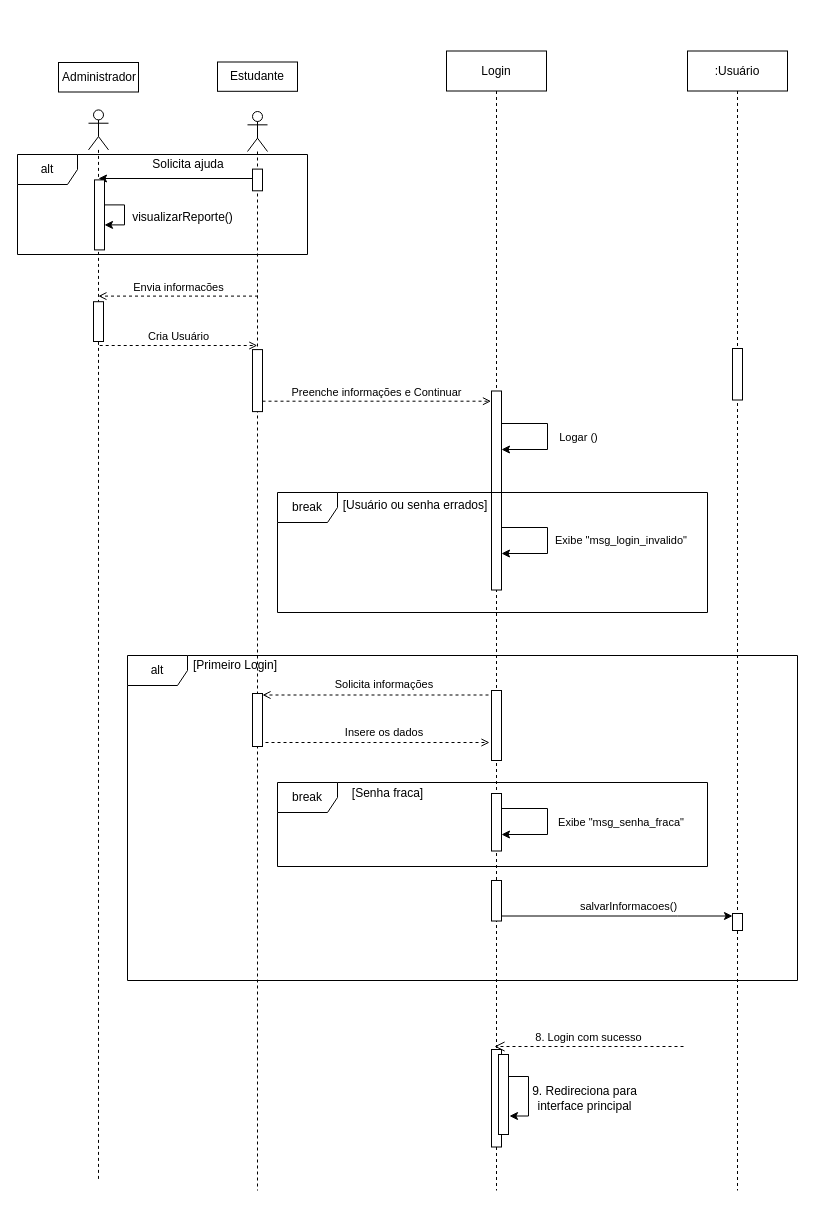
This is DiagramaSequencia.drawio from augustorazani/QENEM-UML-Diagram, a draw.io file, before an edit. Source tidied: cells renumbered, new cells numbered last; positions are measured from the earlier drawing's top-left corner, leaving out a move shared by most shapes. Both pictures are drawn from the tidied source at 100%, with x=0, y=0 at pixel (17, 23).
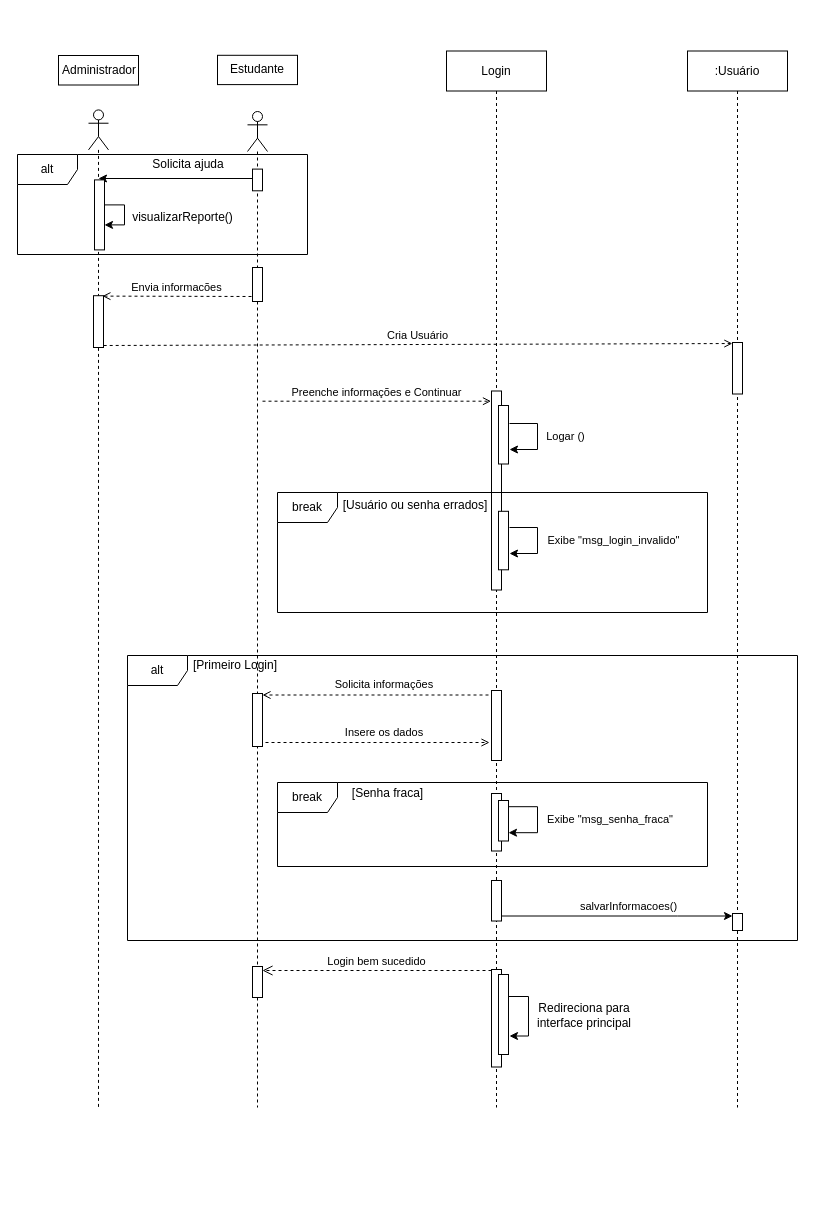
Above is the later version.

Change to the diagram source:
```diff
@@
     <mxCell id="2" value=":Usuário" style="shape=umlLifeline;perimeter=lifelinePerimeter;whiteSpace=wrap;html=1;newEdgeStyle={&quot;curved&quot;:0,&quot;rounded&quot;:0};" parent="1" vertex="1">
-      <mxGeometry x="670" y="27.5" width="100" height="1139.5" as="geometry" />
+      <mxGeometry x="670" y="27.5" width="100" height="1056.5" as="geometry" />
     </mxCell>
     <mxCell id="3" style="html=1;points=[[0,0,0,0,5],[0,1,0,0,-5],[1,0,0,0,5],[1,1,0,0,-5]];perimeter=orthogonalPerimeter;outlineConnect=0;targetShapes=umlLifeline;portConstraint=eastwest;newEdgeStyle={&quot;curved&quot;:0,&quot;rounded&quot;:0};" parent="2" vertex="1">
-      <mxGeometry x="45" y="297.5" width="10" height="51.5" as="geometry" />
+      <mxGeometry x="45" y="291.5" width="10" height="51.5" as="geometry" />
     </mxCell>
     <mxCell id="4" value="Login" style="shape=umlLifeline;perimeter=lifelinePerimeter;whiteSpace=wrap;html=1;newEdgeStyle={&quot;curved&quot;:0,&quot;rounded&quot;:0};" parent="1" vertex="1">
-      <mxGeometry x="429" y="27.5" width="100" height="1139.5" as="geometry" />
+      <mxGeometry x="429" y="27.5" width="100" height="1056.5" as="geometry" />
     </mxCell>
@@
     <mxCell id="6" style="html=1;perimeter=orthogonalPerimeter;targetShapes=umlLifeline;newEdgeStyle={&quot;curved&quot;:0,&quot;rounded&quot;:0};" parent="4" vertex="1">
-      <mxGeometry x="45" y="998.5" width="10" height="97.5" as="geometry" />
+      <mxGeometry x="45" y="918.5" width="10" height="97.5" as="geometry" />
     </mxCell>
     <mxCell id="7" style="html=1;perimeter=orthogonalPerimeter;targetShapes=umlLifeline;newEdgeStyle={&quot;curved&quot;:0,&quot;rounded&quot;:0};" parent="4" vertex="1">
-      <mxGeometry x="52" y="1003.5" width="10" height="80" as="geometry" />
+      <mxGeometry x="52" y="923.5" width="10" height="80" as="geometry" />
     </mxCell>
     <mxCell id="8" style="edgeStyle=orthogonalEdgeStyle;rounded=0;orthogonalLoop=1;jettySize=auto;html=1;curved=0;" parent="4" edge="1">
       <mxGeometry relative="1" as="geometry">
-        <mxPoint x="55" y="372.5" as="sourcePoint" />
-        <mxPoint x="55" y="398.5" as="targetPoint" />
+        <mxPoint x="63" y="372.5" as="sourcePoint" />
+        <mxPoint x="63" y="398.5" as="targetPoint" />
         <Array as="points">
-          <mxPoint x="101" y="372.5" />
-          <mxPoint x="101" y="398.5" />
+          <mxPoint x="91" y="373" />
+          <mxPoint x="91" y="399" />
         </Array>
       </mxGeometry>
     </mxCell>
@@
+    <mxCell id="53" style="html=1;perimeter=orthogonalPerimeter;targetShapes=umlLifeline;newEdgeStyle={&quot;curved&quot;:0,&quot;rounded&quot;:0};" parent="4" vertex="1">
+      <mxGeometry x="52" y="354.5" width="10" height="58.5" as="geometry" />
+    </mxCell>
+    <mxCell id="54" style="edgeStyle=orthogonalEdgeStyle;rounded=0;orthogonalLoop=1;jettySize=auto;html=1;curved=0;" parent="4" edge="1">
+      <mxGeometry relative="1" as="geometry">
+        <mxPoint x="62" y="755.7" as="sourcePoint" />
+        <mxPoint x="62" y="781.7" as="targetPoint" />
+        <Array as="points">
+          <mxPoint x="91" y="756" />
+          <mxPoint x="91" y="782" />
+        </Array>
+      </mxGeometry>
+    </mxCell>
+    <mxCell id="55" style="html=1;perimeter=orthogonalPerimeter;targetShapes=umlLifeline;newEdgeStyle={&quot;curved&quot;:0,&quot;rounded&quot;:0};" parent="4" vertex="1">
+      <mxGeometry x="52" y="749.5" width="10" height="40.5" as="geometry" />
+    </mxCell>
     <mxCell id="11" value="&lt;span style=&quot;font-size: 11px; text-wrap-mode: nowrap; background-color: rgb(255, 255, 255);&quot;&gt;Logar ()&lt;/span&gt;" style="text;html=1;align=center;verticalAlign=middle;whiteSpace=wrap;rounded=0;" parent="1" vertex="1">
-      <mxGeometry x="529" y="399" width="65" height="30" as="geometry" />
+      <mxGeometry x="516" y="398" width="65" height="30" as="geometry" />
     </mxCell>
@@
     <mxCell id="14" value="&lt;span style=&quot;font-size: 11px; text-wrap-mode: nowrap; background-color: rgb(255, 255, 255);&quot;&gt;Exibe &quot;msg_login_invalido&quot;&lt;/span&gt;" style="text;html=1;align=center;verticalAlign=middle;whiteSpace=wrap;rounded=0;" parent="1" vertex="1">
-      <mxGeometry x="516" y="502" width="176" height="30" as="geometry" />
+      <mxGeometry x="526" y="502" width="141" height="30" as="geometry" />
     </mxCell>
@@
     <mxCell id="16" value="alt" style="shape=umlFrame;whiteSpace=wrap;html=1;" parent="1" vertex="1">
-      <mxGeometry x="110" y="632" width="670" height="325" as="geometry" />
+      <mxGeometry x="110" y="632" width="670" height="285" as="geometry" />
     </mxCell>
@@
     <mxCell id="22" value="&lt;span style=&quot;font-size: 11px; text-wrap-mode: nowrap; background-color: rgb(255, 255, 255);&quot;&gt;Exibe &quot;msg_senha_fraca&quot;&lt;/span&gt;" style="text;html=1;align=center;verticalAlign=middle;whiteSpace=wrap;rounded=0;" parent="1" vertex="1">
-      <mxGeometry x="531" y="784" width="146" height="30" as="geometry" />
+      <mxGeometry x="520" y="781" width="146" height="30" as="geometry" />
     </mxCell>
@@
-    <mxCell id="24" value="8. Login com sucesso" style="html=1;verticalAlign=bottom;endArrow=open;dashed=1;endSize=8;curved=0;rounded=0;" parent="1" edge="1">
+    <mxCell id="24" value="Login bem sucedido" style="html=1;verticalAlign=bottom;endArrow=open;dashed=1;endSize=8;curved=0;rounded=0;" parent="1" edge="1" target="56">
       <mxGeometry relative="1" as="geometry">
-        <mxPoint x="666" y="1023" as="sourcePoint" />
-        <mxPoint x="477" y="1023" as="targetPoint" />
+        <mxPoint x="474" y="947" as="sourcePoint" />
       </mxGeometry>
     </mxCell>
-    <mxCell id="25" value="9. Redireciona para interface principal" style="text;html=1;align=center;verticalAlign=middle;whiteSpace=wrap;rounded=0;" parent="1" vertex="1">
-      <mxGeometry x="513" y="1052" width="109" height="45" as="geometry" />
+    <mxCell id="25" value="&lt;div&gt;&lt;span style=&quot;background-color: transparent; color: light-dark(rgb(0, 0, 0), rgb(255, 255, 255));&quot;&gt;Redireciona para interface principal&lt;/span&gt;&lt;/div&gt;" style="text;html=1;align=center;verticalAlign=middle;whiteSpace=wrap;rounded=0;" parent="1" vertex="1">
+      <mxGeometry x="510" y="972" width="114" height="40" as="geometry" />
     </mxCell>
     <mxCell id="26" style="edgeStyle=orthogonalEdgeStyle;rounded=0;orthogonalLoop=1;jettySize=auto;html=1;curved=0;" parent="1" edge="1">
       <mxGeometry relative="1" as="geometry">
-        <mxPoint x="491" y="1053" as="sourcePoint" />
-        <mxPoint x="492" y="1092.5" as="targetPoint" />
+        <mxPoint x="491" y="973" as="sourcePoint" />
+        <mxPoint x="492" y="1012.5" as="targetPoint" />
         <Array as="points">
-          <mxPoint x="511" y="1053.5" />
-          <mxPoint x="511" y="1092.5" />
+          <mxPoint x="511" y="973.5" />
+          <mxPoint x="511" y="1012.5" />
         </Array>
       </mxGeometry>
     </mxCell>
@@
     <mxCell id="29" style="edgeStyle=orthogonalEdgeStyle;rounded=0;orthogonalLoop=1;jettySize=auto;html=1;curved=0;" parent="1" edge="1">
       <mxGeometry relative="1" as="geometry">
-        <mxPoint x="484" y="504" as="sourcePoint" />
-        <mxPoint x="484" y="530" as="targetPoint" />
+        <mxPoint x="492" y="504" as="sourcePoint" />
+        <mxPoint x="492" y="530" as="targetPoint" />
         <Array as="points">
-          <mxPoint x="530" y="504" />
-          <mxPoint x="530" y="530" />
+          <mxPoint x="520" y="504" />
+          <mxPoint x="520" y="530" />
         </Array>
       </mxGeometry>
     </mxCell>
@@
-    <mxCell id="34" style="edgeStyle=orthogonalEdgeStyle;rounded=0;orthogonalLoop=1;jettySize=auto;html=1;curved=0;" parent="1" edge="1">
-      <mxGeometry relative="1" as="geometry">
-        <mxPoint x="484" y="785" as="sourcePoint" />
-        <mxPoint x="484" y="811" as="targetPoint" />
-        <Array as="points">
-          <mxPoint x="530" y="785" />
-          <mxPoint x="530" y="811" />
-        </Array>
-      </mxGeometry>
-    </mxCell>
     <mxCell id="35" style="rounded=0;whiteSpace=wrap;html=1;" parent="1" vertex="1">
-      <mxGeometry x="41" y="39" width="80" height="29.5" as="geometry" />
+      <mxGeometry x="41" y="32" width="80" height="29.5" as="geometry" />
     </mxCell>
     <mxCell id="36" style="shape=umlLifeline;perimeter=lifelinePerimeter;whiteSpace=wrap;html=1;newEdgeStyle={&quot;curved&quot;:0,&quot;rounded&quot;:0};participant=umlActor;" parent="1" vertex="1">
-      <mxGeometry x="71" y="86.4" width="20" height="1070" as="geometry" />
+      <mxGeometry x="71" y="86.4" width="20" height="997.6" as="geometry" />
     </mxCell>
@@
     <mxCell id="39" value="Administrador" style="text;html=1;align=center;verticalAlign=middle;whiteSpace=wrap;rounded=0;" parent="1" vertex="1">
-      <mxGeometry x="42" y="0.2" width="80" height="107" as="geometry" />
+      <mxGeometry x="42" y="-6.8" width="80" height="107" as="geometry" />
     </mxCell>
     <mxCell id="40" style="html=1;perimeter=orthogonalPerimeter;targetShapes=umlLifeline;newEdgeStyle={&quot;curved&quot;:0,&quot;rounded&quot;:0};" parent="1" vertex="1">
-      <mxGeometry x="76" y="278.2" width="10" height="39.8" as="geometry" />
+      <mxGeometry x="76" y="272.2" width="10" height="51.8" as="geometry" />
     </mxCell>
@@
-    <mxCell id="43" value="Cria Usuário" style="html=1;verticalAlign=bottom;endArrow=open;curved=0;rounded=0;dashed=1;endFill=0;" parent="1" edge="1">
+    <mxCell id="43" value="Cria Usuário" style="html=1;verticalAlign=bottom;endArrow=open;curved=0;rounded=0;dashed=1;endFill=0;entryX=-0.013;entryY=0.02;entryDx=0;entryDy=0;entryPerimeter=0;" parent="1" edge="1" target="3">
       <mxGeometry relative="1" as="geometry">
-        <mxPoint x="82.2" y="322" as="sourcePoint" />
-        <mxPoint x="239.8" y="322" as="targetPoint" />
+        <mxPoint x="86.2" y="322" as="sourcePoint" />
       </mxGeometry>
     </mxCell>
     <mxCell id="44" style="shape=umlLifeline;perimeter=lifelinePerimeter;whiteSpace=wrap;html=1;newEdgeStyle={&quot;curved&quot;:0,&quot;rounded&quot;:0};participant=umlActor;" parent="1" vertex="1">
-      <mxGeometry x="230" y="88" width="20" height="1079" as="geometry" />
+      <mxGeometry x="230" y="88" width="20" height="996" as="geometry" />
     </mxCell>
@@
+    <mxCell id="56" style="html=1;points=[[0,0,0,0,5],[0,1,0,0,-5],[1,0,0,0,5],[1,1,0,0,-5]];perimeter=orthogonalPerimeter;outlineConnect=0;targetShapes=umlLifeline;portConstraint=eastwest;newEdgeStyle={&quot;curved&quot;:0,&quot;rounded&quot;:0};" parent="44" vertex="1">
+      <mxGeometry x="5" y="855" width="10" height="31" as="geometry" />
+    </mxCell>
+    <mxCell id="51" style="html=1;perimeter=orthogonalPerimeter;targetShapes=umlLifeline;newEdgeStyle={&quot;curved&quot;:0,&quot;rounded&quot;:0};" parent="44" vertex="1">
+      <mxGeometry x="5" y="156" width="10" height="34" as="geometry" />
+    </mxCell>
@@
     <mxCell id="47" value="&lt;div&gt;&lt;br&gt;&lt;/div&gt;Envia informacões" style="html=1;verticalAlign=bottom;endArrow=open;curved=0;rounded=0;dashed=1;endFill=0;" parent="1" edge="1">
       <mxGeometry relative="1" as="geometry">
-        <mxPoint x="240.5" y="272.6" as="sourcePoint" />
-        <mxPoint x="80.9" y="272.6" as="targetPoint" />
+        <mxPoint x="234" y="273" as="sourcePoint" />
+        <mxPoint x="84.9" y="272.6" as="targetPoint" />
       </mxGeometry>
     </mxCell>
     <mxCell id="48" style="group;" parent="1" vertex="1">
-      <mxGeometry x="200" y="16.7" width="80" height="72.8" as="geometry" />
+      <mxGeometry x="200" y="10" width="80" height="72.8" as="geometry" />
     </mxCell>
@@
+    <mxCell id="52" style="html=1;perimeter=orthogonalPerimeter;targetShapes=umlLifeline;newEdgeStyle={&quot;curved&quot;:0,&quot;rounded&quot;:0};" parent="1" vertex="1">
+      <mxGeometry x="235" y="145.6" width="10" height="21.7" as="geometry" />
+    </mxCell>
+    <mxCell id="57" style="html=1;perimeter=orthogonalPerimeter;targetShapes=umlLifeline;newEdgeStyle={&quot;curved&quot;:0,&quot;rounded&quot;:0};" parent="1" vertex="1">
+      <mxGeometry x="481" y="487.8" width="10" height="58.5" as="geometry" />
+    </mxCell>
-    <mxCell id="50" value="Estudante" style="text;html=1;align=center;verticalAlign=middle;whiteSpace=wrap;rounded=0;" parent="48" vertex="1">
-      <mxGeometry width="80" height="72.8" as="geometry" />
+    <mxCell id="50" value="Estudante" style="text;html=1;align=center;verticalAlign=middle;whiteSpace=wrap;rounded=0;" parent="1" vertex="1">
+      <mxGeometry x="200" y="10" width="80" height="72.8" as="geometry" />
     </mxCell>
-    <mxCell id="51" style="html=1;perimeter=orthogonalPerimeter;targetShapes=umlLifeline;newEdgeStyle={&quot;curved&quot;:0,&quot;rounded&quot;:0};" parent="1" vertex="1">
-      <mxGeometry x="235" y="326.1" width="10" height="62" as="geometry" />
-    </mxCell>
-    <mxCell id="52" style="html=1;perimeter=orthogonalPerimeter;targetShapes=umlLifeline;newEdgeStyle={&quot;curved&quot;:0,&quot;rounded&quot;:0};" parent="1" vertex="1">
-      <mxGeometry x="235" y="145.6" width="10" height="21.7" as="geometry" />
-    </mxCell>
```
